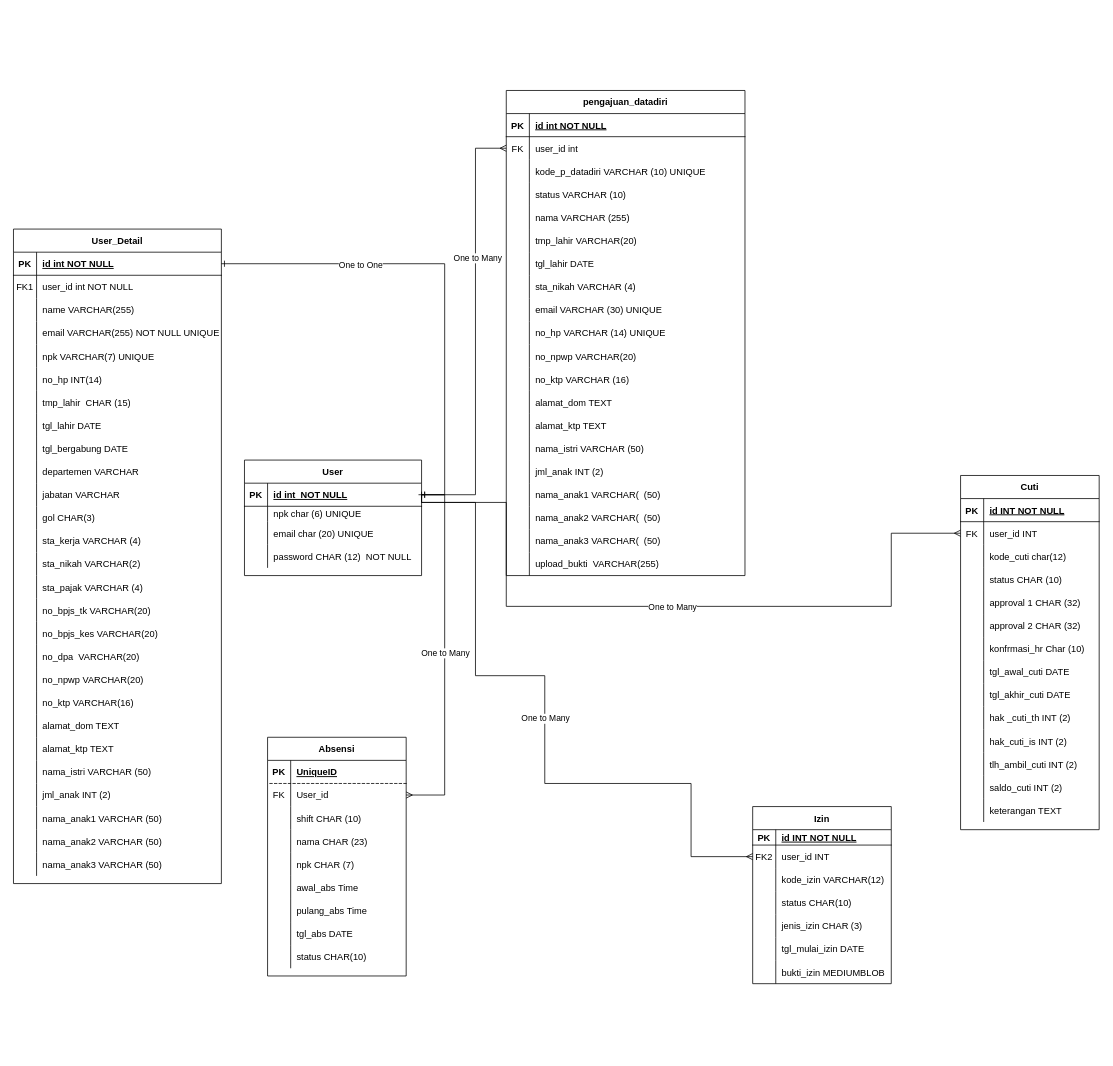
Earlier version of the draw.io diagram page "Class Diagram" (1 of 6) of ERDS1AR/ERD S1AR.drawio (magang-aiia/ERD-Diagram). Source tidied: cells renumbered, new cells numbered last; positions are measured from the earlier drawing's top-left corner, leaving out a move shared by most shapes. Both pictures are drawn from the tidied source at 77%, with x=0, y=0 at pixel (13, 90).
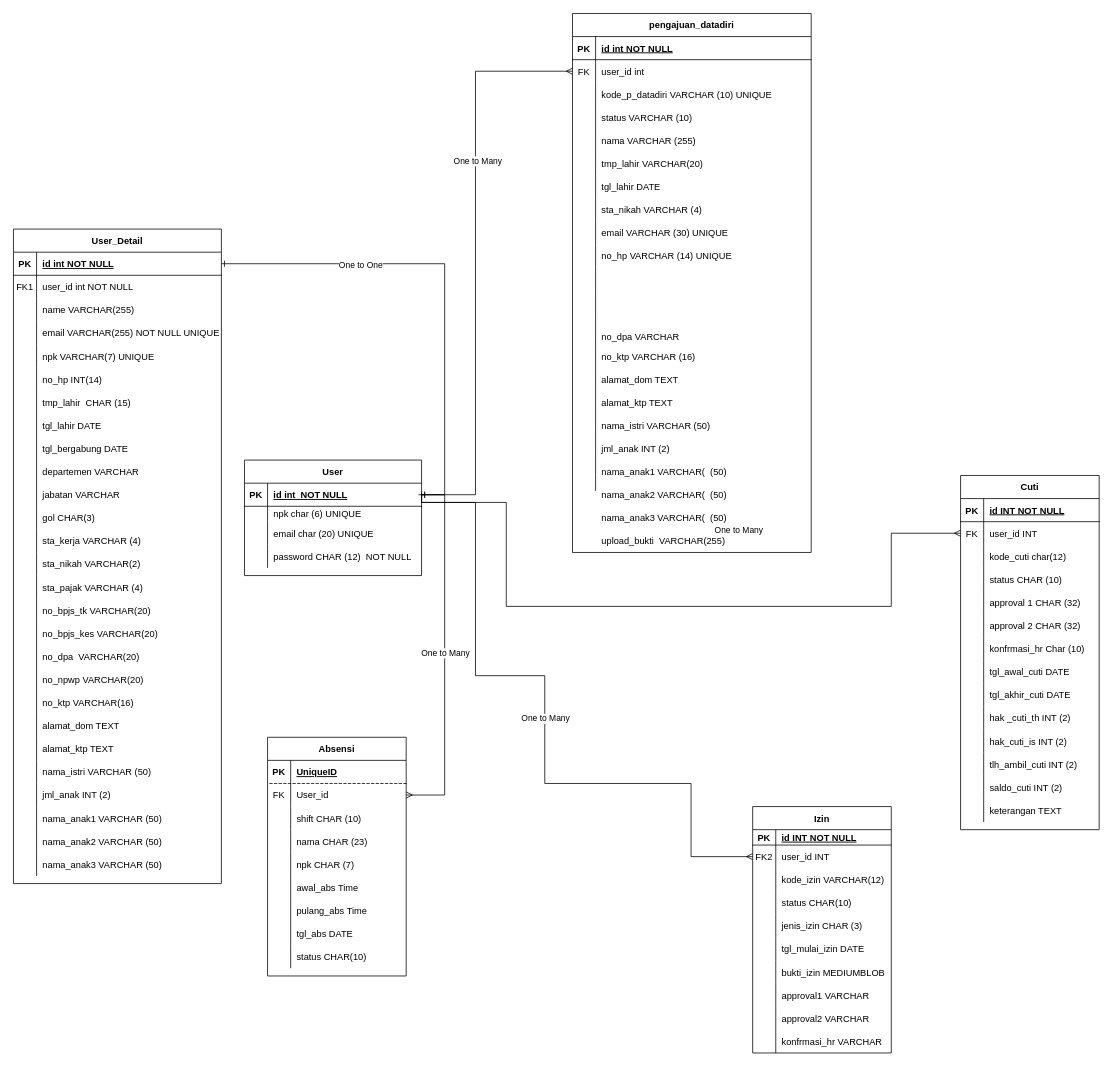
Above is the later version.

Unchanged cells that the change refers to:
```xml
<mxCell id="229" style="endArrow=baseDash;html=1;rounded=0;exitX=0;exitY=0.5;exitDx=0;exitDy=0;edgeStyle=orthogonalEdgeStyle;elbow=vertical;entryX=1;entryY=0.5;entryDx=0;entryDy=0;startArrow=ERmany;startFill=0;endFill=0;" parent="1" edge="1" source="162" target="146">
  <mxGeometry relative="1" as="geometry">
    <Array as="points">
      <mxPoint x="1140" y="575" />
      <mxPoint x="1140" y="670" />
      <mxPoint x="640" y="670" />
      <mxPoint x="640" y="535" />
    </Array>
  </mxGeometry>
</mxCell>
```

Diff of the diagram source:
```diff
@@
     <mxCell id="84" value="pengajuan_datadiri" style="shape=table;startSize=30;childLayout=tableLayout;rowLines=0;fontStyle=1;align=center;" parent="1" vertex="1">
-      <mxGeometry x="640" width="310" height="630" as="geometry" />
+      <mxGeometry x="726" y="-100" width="310" height="700" as="geometry" />
     </mxCell>
@@
-    <mxCell id="115" style="shape=partialRectangle;fillColor=none;top=0;left=0;right=0;bottom=0;" parent="84" vertex="1">
-      <mxGeometry y="330" width="310" height="30" as="geometry" />
-    </mxCell>
-    <mxCell id="116" style="shape=partialRectangle;overflow=hidden;fillColor=none;top=0;left=0;bottom=0;right=0;" parent="115" vertex="1">
-      <mxGeometry width="30" height="30" as="geometry" />
-    </mxCell>
-    <mxCell id="117" value="no_npwp VARCHAR(20) " style="shape=partialRectangle;overflow=hidden;fillColor=none;top=0;left=0;bottom=0;right=0;align=left;spacingLeft=6;" parent="115" vertex="1">
-      <mxGeometry x="30" width="280" height="30" as="geometry" />
-    </mxCell>
     <mxCell id="118" style="shape=partialRectangle;fillColor=none;top=0;left=0;right=0;bottom=0;" parent="84" vertex="1">
-      <mxGeometry y="360" width="310" height="30" as="geometry" />
+      <mxGeometry y="430" width="310" height="30" as="geometry" />
     </mxCell>
@@
     <mxCell id="121" style="shape=partialRectangle;fillColor=none;top=0;left=0;right=0;bottom=0;" parent="84" vertex="1">
-      <mxGeometry y="390" width="310" height="30" as="geometry" />
+      <mxGeometry y="460" width="310" height="30" as="geometry" />
     </mxCell>
@@
     <mxCell id="124" style="shape=partialRectangle;fillColor=none;top=0;left=0;right=0;bottom=0;" parent="84" vertex="1">
-      <mxGeometry y="420" width="310" height="30" as="geometry" />
+      <mxGeometry y="490" width="310" height="30" as="geometry" />
     </mxCell>
@@
     <mxCell id="127" style="shape=partialRectangle;fillColor=none;top=0;left=0;right=0;bottom=0;" parent="84" vertex="1">
-      <mxGeometry y="450" width="310" height="30" as="geometry" />
+      <mxGeometry y="520" width="310" height="30" as="geometry" />
     </mxCell>
@@
     <mxCell id="130" style="shape=partialRectangle;fillColor=none;top=0;left=0;right=0;bottom=0;" parent="84" vertex="1">
-      <mxGeometry y="480" width="310" height="30" as="geometry" />
+      <mxGeometry y="550" width="310" height="30" as="geometry" />
     </mxCell>
@@
     <mxCell id="133" style="shape=partialRectangle;fillColor=none;top=0;left=0;right=0;bottom=0;" parent="84" vertex="1">
-      <mxGeometry y="510" width="310" height="30" as="geometry" />
+      <mxGeometry y="580" width="310" height="30" as="geometry" />
     </mxCell>
@@
     <mxCell id="136" style="shape=partialRectangle;fillColor=none;top=0;left=0;right=0;bottom=0;" parent="84" vertex="1">
-      <mxGeometry y="540" width="310" height="30" as="geometry" />
+      <mxGeometry y="610" width="310" height="30" as="geometry" />
     </mxCell>
@@
     <mxCell id="139" style="shape=partialRectangle;fillColor=none;top=0;left=0;right=0;bottom=0;" parent="84" vertex="1">
-      <mxGeometry y="570" width="310" height="30" as="geometry" />
+      <mxGeometry y="640" width="310" height="30" as="geometry" />
     </mxCell>
@@
     <mxCell id="142" style="shape=partialRectangle;fillColor=none;top=0;left=0;right=0;bottom=0;" parent="84" vertex="1">
-      <mxGeometry y="600" width="310" height="30" as="geometry" />
+      <mxGeometry y="670" width="310" height="30" as="geometry" />
     </mxCell>
@@
+    <mxCell id="261" style="shape=partialRectangle;fillColor=none;top=0;left=0;right=0;bottom=0;" parent="84" vertex="1">
+      <mxGeometry y="410" width="310" height="20" as="geometry" />
+    </mxCell>
+    <mxCell id="262" style="shape=partialRectangle;overflow=hidden;fillColor=none;top=0;left=0;bottom=0;right=0;" parent="261" vertex="1">
+      <mxGeometry width="30" height="20" as="geometry" />
+    </mxCell>
+    <mxCell id="263" value="no_dpa VARCHAR" style="shape=partialRectangle;overflow=hidden;fillColor=none;top=0;left=0;bottom=0;right=0;align=left;spacingLeft=6;" parent="261" vertex="1">
+      <mxGeometry x="30" width="280" height="20" as="geometry" />
+    </mxCell>
@@
     <mxCell id="201" value="Izin" style="shape=table;startSize=30;childLayout=tableLayout;rowLines=0;fontStyle=1;align=center;rounded=0;" parent="1" vertex="1">
-      <mxGeometry x="960" y="930" width="180" height="230" as="geometry" />
+      <mxGeometry x="960" y="930" width="180" height="320" as="geometry" />
     </mxCell>
@@
+    <mxCell id="264" style="shape=tableRow;horizontal=0;startSize=0;swimlaneHead=0;swimlaneBody=0;fillColor=none;top=0;left=0;right=0;bottom=0;rounded=0;" parent="201" vertex="1">
+      <mxGeometry y="230" width="180" height="30" as="geometry" />
+    </mxCell>
+    <mxCell id="265" style="shape=partialRectangle;fillColor=none;top=0;left=0;bottom=0;right=0;overflow=hidden;rounded=0;" parent="264" vertex="1">
+      <mxGeometry width="30" height="30" as="geometry" />
+    </mxCell>
+    <mxCell id="266" value="approval1 VARCHAR" style="shape=partialRectangle;fillColor=none;top=0;left=0;bottom=0;right=0;align=left;spacingLeft=6;overflow=hidden;rounded=0;" parent="264" vertex="1">
+      <mxGeometry x="30" width="150" height="30" as="geometry" />
+    </mxCell>
+    <mxCell id="267" style="shape=tableRow;horizontal=0;startSize=0;swimlaneHead=0;swimlaneBody=0;fillColor=none;top=0;left=0;right=0;bottom=0;rounded=0;" parent="201" vertex="1">
+      <mxGeometry y="260" width="180" height="30" as="geometry" />
+    </mxCell>
+    <mxCell id="268" style="shape=partialRectangle;fillColor=none;top=0;left=0;bottom=0;right=0;overflow=hidden;rounded=0;" parent="267" vertex="1">
+      <mxGeometry width="30" height="30" as="geometry" />
+    </mxCell>
+    <mxCell id="269" value="approval2 VARCHAR" style="shape=partialRectangle;fillColor=none;top=0;left=0;bottom=0;right=0;align=left;spacingLeft=6;overflow=hidden;rounded=0;" parent="267" vertex="1">
+      <mxGeometry x="30" width="150" height="30" as="geometry" />
+    </mxCell>
+    <mxCell id="270" style="shape=tableRow;horizontal=0;startSize=0;swimlaneHead=0;swimlaneBody=0;fillColor=none;top=0;left=0;right=0;bottom=0;rounded=0;" parent="201" vertex="1">
+      <mxGeometry y="290" width="180" height="30" as="geometry" />
+    </mxCell>
+    <mxCell id="271" style="shape=partialRectangle;fillColor=none;top=0;left=0;bottom=0;right=0;overflow=hidden;rounded=0;" parent="270" vertex="1">
+      <mxGeometry width="30" height="30" as="geometry" />
+    </mxCell>
+    <mxCell id="272" value="konfrmasi_hr VARCHAR" style="shape=partialRectangle;fillColor=none;top=0;left=0;bottom=0;right=0;align=left;spacingLeft=6;overflow=hidden;rounded=0;" parent="270" vertex="1">
+      <mxGeometry x="30" width="150" height="30" as="geometry" />
+    </mxCell>
@@
     <mxCell id="230" value="One to Many" style="edgeLabel;html=1;align=center;verticalAlign=middle;" parent="229" vertex="1">
-      <mxGeometry relative="1" as="geometry" />
+      <mxGeometry relative="1" as="geometry">
+        <mxPoint x="86" y="-100" as="offset" />
+      </mxGeometry>
     </mxCell>
```
